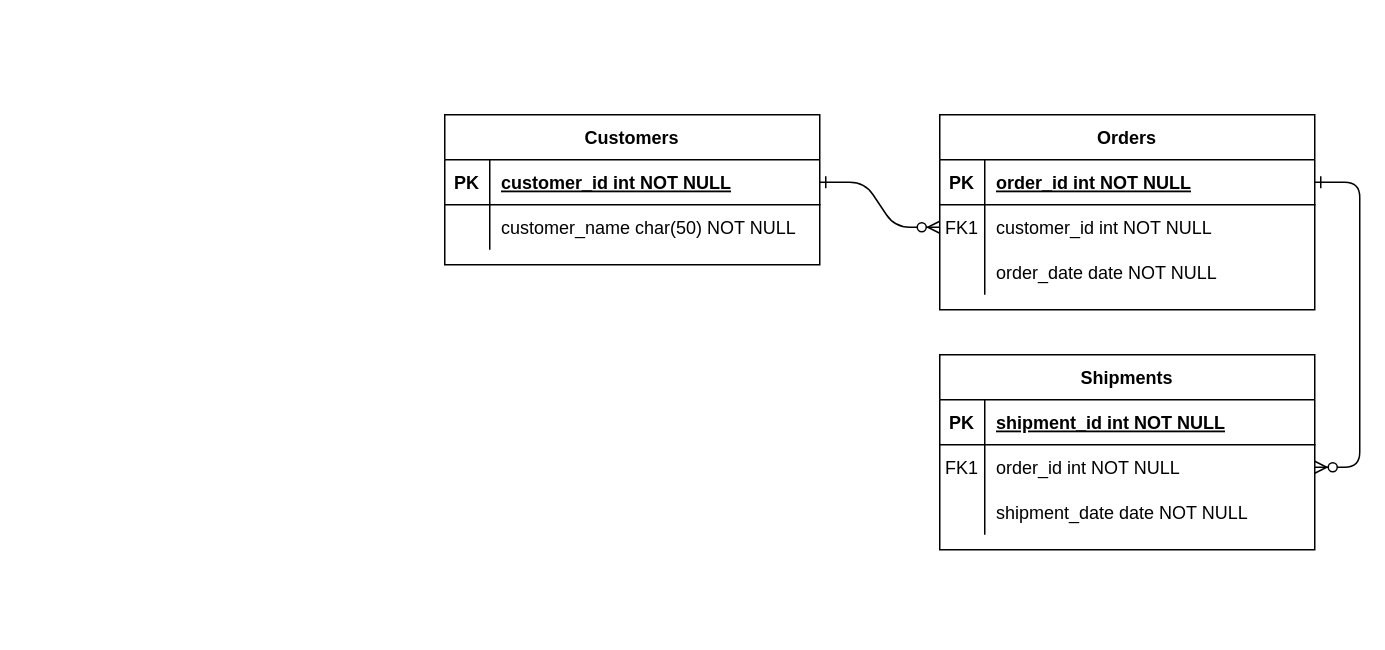
This is Untitled Diagram.drawio from cearc-sara/SQL-scripts, a draw.io file, before an edit. Source tidied: cells renumbered, new cells numbered last; positions are measured from the earlier drawing's top-left corner, leaving out a move shared by most shapes. Both pictures are drawn from the tidied source at 150%, with x=0, y=0 at pixel (444, 114).
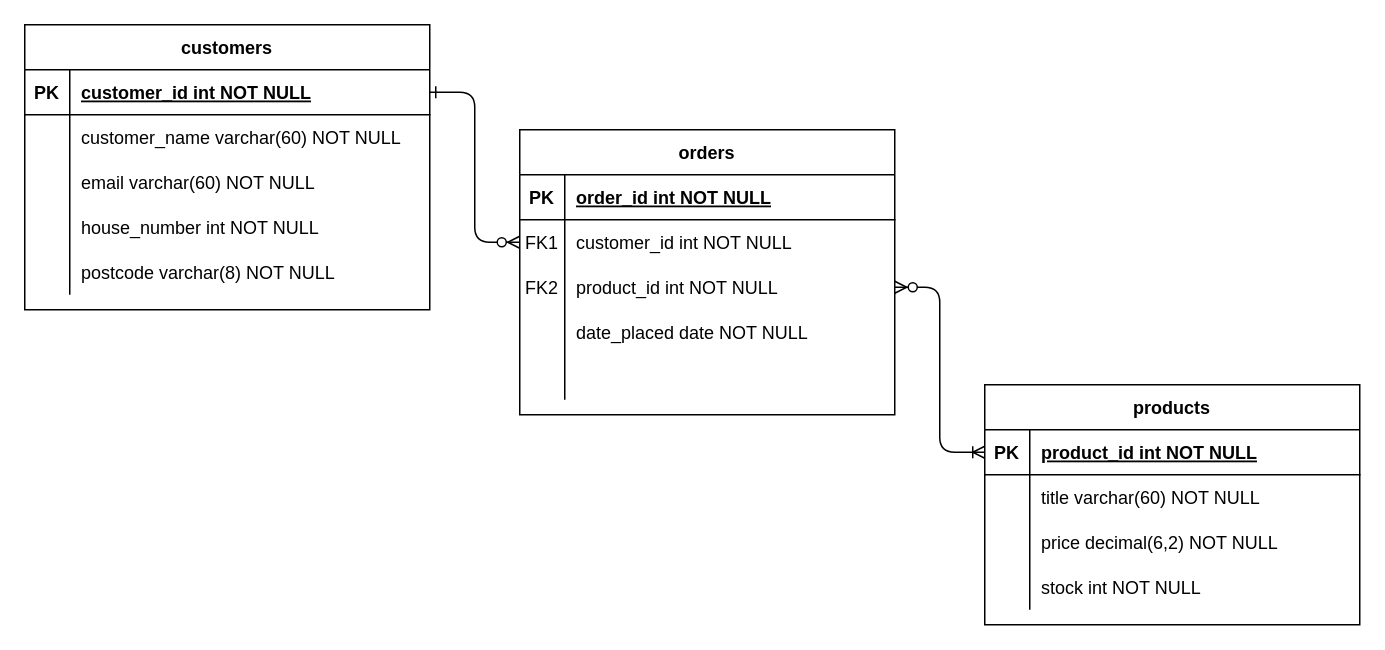
Above is the later version.

The change refers to these unchanged cells:
```xml
<mxCell id="5" style="shape=partialRectangle;fillColor=none;points=[[0,0.5],[1,0.5]];portConstraint=eastwest;top=0;left=0;right=0;bottom=1;" parent="4" vertex="1">
  <mxGeometry y="30" width="250" height="30" as="geometry" />
</mxCell>
<mxCell id="15" style="shape=partialRectangle;fillColor=none;points=[[0,0.5],[1,0.5]];portConstraint=eastwest;top=0;left=0;right=0;bottom=1;" parent="14" vertex="1">
  <mxGeometry y="30" width="250" height="30" as="geometry" />
</mxCell>
```

The edit, as a diff of the source:
```diff
@@
-    <mxCell id="3" style="edgeStyle=entityRelationEdgeStyle;endArrow=ERzeroToMany;startArrow=ERone;endFill=1;startFill=0;" parent="1" edge="1" source="5" target="18">
-      <mxGeometry relative="1" as="geometry" />
-    </mxCell>
-    <mxCell id="4" value="Orders" style="shape=table;startSize=30;childLayout=tableLayout;rowLines=0;fontStyle=1;align=center;" parent="1" vertex="1">
-      <mxGeometry x="330" width="250" height="130" as="geometry" />
+    <mxCell id="4" value="orders" style="shape=table;startSize=30;childLayout=tableLayout;rowLines=0;fontStyle=1;align=center;" parent="1" vertex="1">
+      <mxGeometry x="50" y="10" width="250" height="190" as="geometry" />
     </mxCell>
@@
+    <mxCell id="18" style="shape=partialRectangle;fillColor=none;points=[[0,0.5],[1,0.5]];portConstraint=eastwest;top=0;left=0;right=0;bottom=0;" parent="4" vertex="1">
+      <mxGeometry y="90" width="250" height="30" as="geometry" />
+    </mxCell>
+    <mxCell id="19" value="FK2" style="shape=partialRectangle;overflow=hidden;fillColor=none;top=0;left=0;bottom=0;right=0;" parent="18" vertex="1">
+      <mxGeometry width="30" height="30" as="geometry" />
+    </mxCell>
+    <mxCell id="20" value="product_id int NOT NULL" style="shape=partialRectangle;overflow=hidden;fillColor=none;top=0;left=0;bottom=0;right=0;align=left;spacingLeft=6;" parent="18" vertex="1">
+      <mxGeometry x="30" width="220" height="30" as="geometry" />
+    </mxCell>
     <mxCell id="11" style="shape=partialRectangle;fillColor=none;top=0;left=0;right=0;bottom=0;" parent="4" vertex="1">
-      <mxGeometry y="90" width="250" height="30" as="geometry" />
+      <mxGeometry y="120" width="250" height="30" as="geometry" />
     </mxCell>
@@
-    <mxCell id="13" value="order_date date NOT NULL" style="shape=partialRectangle;overflow=hidden;fillColor=none;top=0;left=0;bottom=0;right=0;align=left;spacingLeft=6;" parent="11" vertex="1">
+    <mxCell id="13" value="date_placed date NOT NULL" style="shape=partialRectangle;overflow=hidden;fillColor=none;top=0;left=0;bottom=0;right=0;align=left;spacingLeft=6;" parent="11" vertex="1">
       <mxGeometry x="30" width="220" height="30" as="geometry" />
     </mxCell>
+    <mxCell id="31" style="shape=partialRectangle;fillColor=none;top=0;left=0;right=0;bottom=0;" parent="4" vertex="1">
+      <mxGeometry y="150" width="250" height="30" as="geometry" />
+    </mxCell>
+    <mxCell id="32" style="shape=partialRectangle;overflow=hidden;fillColor=none;top=0;left=0;bottom=0;right=0;" parent="31" vertex="1">
+      <mxGeometry width="30" height="30" as="geometry" />
+    </mxCell>
+    <mxCell id="33" style="shape=partialRectangle;overflow=hidden;fillColor=none;top=0;left=0;bottom=0;right=0;align=left;spacingLeft=6;" parent="31" vertex="1">
+      <mxGeometry x="30" width="220" height="30" as="geometry" />
+    </mxCell>
-    <mxCell id="14" value="Shipments" style="shape=table;startSize=30;childLayout=tableLayout;rowLines=0;fontStyle=1;align=center;" parent="1" vertex="1">
-      <mxGeometry x="330" y="160" width="250" height="130" as="geometry" />
+    <mxCell id="14" value="products" style="shape=table;startSize=30;childLayout=tableLayout;rowLines=0;fontStyle=1;align=center;" parent="1" vertex="1">
+      <mxGeometry x="360" y="180" width="250" height="160" as="geometry" />
     </mxCell>
@@
-    <mxCell id="17" value="shipment_id int NOT NULL " style="shape=partialRectangle;overflow=hidden;fillColor=none;top=0;left=0;bottom=0;right=0;align=left;spacingLeft=6;fontStyle=5;" parent="15" vertex="1">
+    <mxCell id="17" value="product_id int NOT NULL " style="shape=partialRectangle;overflow=hidden;fillColor=none;top=0;left=0;bottom=0;right=0;align=left;spacingLeft=6;fontStyle=5;" parent="15" vertex="1">
       <mxGeometry x="30" width="220" height="30" as="geometry" />
     </mxCell>
-    <mxCell id="18" style="shape=partialRectangle;fillColor=none;points=[[0,0.5],[1,0.5]];portConstraint=eastwest;top=0;left=0;right=0;bottom=0;" parent="14" vertex="1">
-      <mxGeometry y="60" width="250" height="30" as="geometry" />
-    </mxCell>
-    <mxCell id="19" value="FK1" style="shape=partialRectangle;overflow=hidden;fillColor=none;top=0;left=0;bottom=0;right=0;" parent="18" vertex="1">
-      <mxGeometry width="30" height="30" as="geometry" />
-    </mxCell>
-    <mxCell id="20" value="order_id int NOT NULL" style="shape=partialRectangle;overflow=hidden;fillColor=none;top=0;left=0;bottom=0;right=0;align=left;spacingLeft=6;" parent="18" vertex="1">
-      <mxGeometry x="30" width="220" height="30" as="geometry" />
-    </mxCell>
     <mxCell id="21" style="shape=partialRectangle;fillColor=none;top=0;left=0;right=0;bottom=0;" parent="14" vertex="1">
-      <mxGeometry y="90" width="250" height="30" as="geometry" />
+      <mxGeometry y="60" width="250" height="30" as="geometry" />
     </mxCell>
@@
-    <mxCell id="23" value="shipment_date date NOT NULL" style="shape=partialRectangle;overflow=hidden;fillColor=none;top=0;left=0;bottom=0;right=0;align=left;spacingLeft=6;" parent="21" vertex="1">
+    <mxCell id="23" value="title varchar(60) NOT NULL" style="shape=partialRectangle;overflow=hidden;fillColor=none;top=0;left=0;bottom=0;right=0;align=left;spacingLeft=6;" parent="21" vertex="1">
       <mxGeometry x="30" width="220" height="30" as="geometry" />
     </mxCell>
+    <mxCell id="34" style="shape=partialRectangle;fillColor=none;top=0;left=0;right=0;bottom=0;" parent="14" vertex="1">
+      <mxGeometry y="90" width="250" height="30" as="geometry" />
+    </mxCell>
+    <mxCell id="35" style="shape=partialRectangle;overflow=hidden;fillColor=none;top=0;left=0;bottom=0;right=0;" parent="34" vertex="1">
+      <mxGeometry width="30" height="30" as="geometry" />
+    </mxCell>
+    <mxCell id="36" value="price decimal(6,2) NOT NULL" style="shape=partialRectangle;overflow=hidden;fillColor=none;top=0;left=0;bottom=0;right=0;align=left;spacingLeft=6;" parent="34" vertex="1">
+      <mxGeometry x="30" width="220" height="30" as="geometry" />
+    </mxCell>
+    <mxCell id="37" style="shape=partialRectangle;fillColor=none;top=0;left=0;right=0;bottom=0;" parent="14" vertex="1">
+      <mxGeometry y="120" width="250" height="30" as="geometry" />
+    </mxCell>
+    <mxCell id="38" style="shape=partialRectangle;overflow=hidden;fillColor=none;top=0;left=0;bottom=0;right=0;" parent="37" vertex="1">
+      <mxGeometry width="30" height="30" as="geometry" />
+    </mxCell>
+    <mxCell id="39" value="stock int NOT NULL" style="shape=partialRectangle;overflow=hidden;fillColor=none;top=0;left=0;bottom=0;right=0;align=left;spacingLeft=6;" parent="37" vertex="1">
+      <mxGeometry x="30" width="220" height="30" as="geometry" />
+    </mxCell>
-    <mxCell id="24" value="Customers" style="shape=table;startSize=30;childLayout=tableLayout;rowLines=0;fontStyle=1;align=center;" parent="1" vertex="1">
-      <mxGeometry width="250" height="100" as="geometry" />
+    <mxCell id="24" value="customers" style="shape=table;startSize=30;childLayout=tableLayout;rowLines=0;fontStyle=1;align=center;" parent="1" vertex="1">
+      <mxGeometry x="-280" y="-60" width="270" height="190" as="geometry" />
     </mxCell>
     <mxCell id="25" style="shape=partialRectangle;fillColor=none;points=[[0,0.5],[1,0.5]];portConstraint=eastwest;top=0;left=0;right=0;bottom=1;" parent="24" vertex="1">
-      <mxGeometry y="30" width="250" height="30" as="geometry" />
+      <mxGeometry y="30" width="270" height="30" as="geometry" />
     </mxCell>
@@
     <mxCell id="27" value="customer_id int NOT NULL " style="shape=partialRectangle;overflow=hidden;fillColor=none;top=0;left=0;bottom=0;right=0;align=left;spacingLeft=6;fontStyle=5;" parent="25" vertex="1">
-      <mxGeometry x="30" width="220" height="30" as="geometry" />
+      <mxGeometry x="30" width="240" height="30" as="geometry" />
     </mxCell>
     <mxCell id="28" style="shape=partialRectangle;fillColor=none;top=0;left=0;right=0;bottom=0;" parent="24" vertex="1">
-      <mxGeometry y="60" width="250" height="30" as="geometry" />
+      <mxGeometry y="60" width="270" height="30" as="geometry" />
     </mxCell>
@@
-    <mxCell id="30" value="customer_name char(50) NOT NULL" style="shape=partialRectangle;overflow=hidden;fillColor=none;top=0;left=0;bottom=0;right=0;align=left;spacingLeft=6;" parent="28" vertex="1">
-      <mxGeometry x="30" width="220" height="30" as="geometry" />
+    <mxCell id="30" value="customer_name varchar(60) NOT NULL" style="shape=partialRectangle;overflow=hidden;fillColor=none;top=0;left=0;bottom=0;right=0;align=left;spacingLeft=6;" parent="28" vertex="1">
+      <mxGeometry x="30" width="240" height="30" as="geometry" />
     </mxCell>
+    <mxCell id="40" style="shape=partialRectangle;fillColor=none;top=0;left=0;right=0;bottom=0;" parent="24" vertex="1">
+      <mxGeometry y="90" width="270" height="30" as="geometry" />
+    </mxCell>
+    <mxCell id="41" style="shape=partialRectangle;overflow=hidden;fillColor=none;top=0;left=0;bottom=0;right=0;" parent="40" vertex="1">
+      <mxGeometry width="30" height="30" as="geometry" />
+    </mxCell>
+    <mxCell id="42" value="email varchar(60) NOT NULL" style="shape=partialRectangle;overflow=hidden;fillColor=none;top=0;left=0;bottom=0;right=0;align=left;spacingLeft=6;" parent="40" vertex="1">
+      <mxGeometry x="30" width="240" height="30" as="geometry" />
+    </mxCell>
+    <mxCell id="43" style="shape=partialRectangle;fillColor=none;top=0;left=0;right=0;bottom=0;" parent="24" vertex="1">
+      <mxGeometry y="120" width="270" height="30" as="geometry" />
+    </mxCell>
+    <mxCell id="44" style="shape=partialRectangle;overflow=hidden;fillColor=none;top=0;left=0;bottom=0;right=0;" parent="43" vertex="1">
+      <mxGeometry width="30" height="30" as="geometry" />
+    </mxCell>
+    <mxCell id="45" value="house_number int NOT NULL" style="shape=partialRectangle;overflow=hidden;fillColor=none;top=0;left=0;bottom=0;right=0;align=left;spacingLeft=6;" parent="43" vertex="1">
+      <mxGeometry x="30" width="240" height="30" as="geometry" />
+    </mxCell>
+    <mxCell id="46" style="shape=partialRectangle;fillColor=none;top=0;left=0;right=0;bottom=0;" parent="24" vertex="1">
+      <mxGeometry y="150" width="270" height="30" as="geometry" />
+    </mxCell>
+    <mxCell id="47" style="shape=partialRectangle;overflow=hidden;fillColor=none;top=0;left=0;bottom=0;right=0;" parent="46" vertex="1">
+      <mxGeometry width="30" height="30" as="geometry" />
+    </mxCell>
+    <mxCell id="48" value="postcode varchar(8) NOT NULL" style="shape=partialRectangle;overflow=hidden;fillColor=none;top=0;left=0;bottom=0;right=0;align=left;spacingLeft=6;" parent="46" vertex="1">
+      <mxGeometry x="30" width="240" height="30" as="geometry" />
+    </mxCell>
+    <mxCell id="3" style="edgeStyle=entityRelationEdgeStyle;endArrow=ERzeroToMany;startArrow=ERoneToMany;endFill=1;startFill=0;exitX=0;exitY=0.5;exitDx=0;exitDy=0;" parent="1" edge="1" source="15" target="18">
+      <mxGeometry relative="1" as="geometry" />
+    </mxCell>
```
